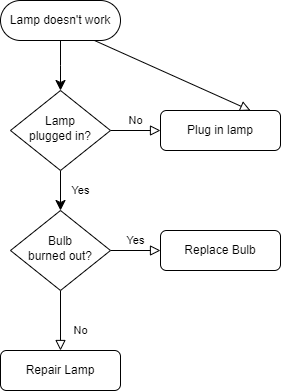
Before: Daily work/2025/picture/drawio-introduction.png, a diagram exported from draw.io (zeff163/stackedit-app-data). Source tidied: cells renumbered, new cells last; positions are measured from the earlier drawing's top-left corner, leaving out a move shared by most shapes. Its diagram source:
```xml
<mxGraphModel math="1">
  <root>
    <mxCell id="0" />
    <mxCell id="1" parent="0" />
    <mxCell id="2" style="rounded=0;html=1;jettySize=auto;fontSize=11;endArrow=classic;endFill=1;endSize=8;strokeWidth=1;shadow=0;labelBackgroundColor=none;edgeStyle=orthogonalEdgeStyle;" parent="1" edge="1" source="3">
      <mxGeometry relative="1" as="geometry">
        <mxPoint x="60" y="90" as="targetPoint" />
      </mxGeometry>
    </mxCell>
    <mxCell id="3" value="Lamp doesn't work" style="rounded=1;whiteSpace=wrap;html=1;fontSize=12;glass=0;strokeWidth=1;shadow=0;direction=east;arcSize=50;" parent="1" vertex="1">
      <mxGeometry width="120" height="40" as="geometry" />
    </mxCell>
    <mxCell id="4" value="Yes" style="rounded=0;html=1;jettySize=auto;fontSize=11;endArrow=classic;endFill=1;endSize=8;strokeWidth=1;shadow=0;labelBackgroundColor=none;edgeStyle=orthogonalEdgeStyle;" parent="1" edge="1" source="6" target="10">
      <mxGeometry y="20" relative="1" as="geometry" />
    </mxCell>
    <mxCell id="5" value="No" style="edgeStyle=orthogonalEdgeStyle;rounded=0;html=1;jettySize=auto;fontSize=11;endArrow=block;endFill=0;endSize=8;strokeWidth=1;shadow=0;labelBackgroundColor=none;" parent="1" edge="1" source="6" target="7">
      <mxGeometry y="10" relative="1" as="geometry" />
    </mxCell>
    <mxCell id="6" value="Lamp&lt;br&gt;plugged in?" style="rhombus;whiteSpace=wrap;html=1;shadow=0;fontFamily=Helvetica;fontSize=12;align=center;strokeWidth=1;spacing=6;spacingTop=-4;" parent="1" vertex="1">
      <mxGeometry x="10" y="90" width="100" height="80" as="geometry" />
    </mxCell>
    <mxCell id="7" value="Plug in lamp" style="rounded=1;whiteSpace=wrap;html=1;fontSize=12;glass=0;strokeWidth=1;shadow=0;" parent="1" vertex="1">
      <mxGeometry x="160" y="110" width="120" height="40" as="geometry" />
    </mxCell>
    <mxCell id="8" value="No" style="rounded=0;html=1;jettySize=auto;fontSize=11;endArrow=block;endFill=0;endSize=8;strokeWidth=1;shadow=0;labelBackgroundColor=none;edgeStyle=orthogonalEdgeStyle;" parent="1" edge="1" source="10" target="11">
      <mxGeometry x="0.33" y="20" relative="1" as="geometry" />
    </mxCell>
    <mxCell id="9" value="Yes" style="edgeStyle=orthogonalEdgeStyle;rounded=0;html=1;jettySize=auto;fontSize=11;endArrow=block;endFill=0;endSize=8;strokeWidth=1;shadow=0;labelBackgroundColor=none;" parent="1" edge="1" source="10" target="12">
      <mxGeometry y="10" relative="1" as="geometry" />
    </mxCell>
    <mxCell id="10" value="Bulb&lt;br&gt;burned out?" style="rhombus;whiteSpace=wrap;html=1;shadow=0;fontFamily=Helvetica;fontSize=12;align=center;strokeWidth=1;spacing=6;spacingTop=-4;" parent="1" vertex="1">
      <mxGeometry x="10" y="210" width="100" height="80" as="geometry" />
    </mxCell>
    <mxCell id="11" value="Repair Lamp" style="rounded=1;whiteSpace=wrap;html=1;fontSize=12;glass=0;strokeWidth=1;shadow=0;" parent="1" vertex="1">
      <mxGeometry y="350" width="120" height="40" as="geometry" />
    </mxCell>
    <mxCell id="12" value="Replace Bulb" style="rounded=1;whiteSpace=wrap;html=1;fontSize=12;glass=0;strokeWidth=1;shadow=0;" parent="1" vertex="1">
      <mxGeometry x="160" y="230" width="120" height="40" as="geometry" />
    </mxCell>
    <mxCell id="13" style="rounded=0;orthogonalLoop=1;jettySize=auto;html=1;exitX=0.75;exitY=1;exitDx=0;exitDy=0;endSize=8;endArrow=block;endFill=0;" parent="1" edge="1">
      <mxGeometry relative="1" as="geometry">
        <mxPoint x="94" y="40" as="sourcePoint" />
        <mxPoint x="250" y="110" as="targetPoint" />
      </mxGeometry>
    </mxCell>
  </root>
</mxGraphModel>
```
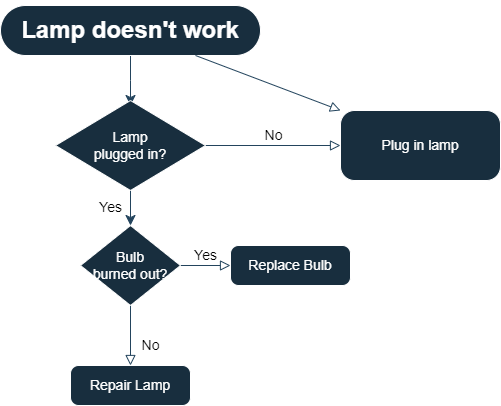
The same file after the commit.

The edit, as a diff of the source:
```diff
@@ -2,46 +2,43 @@
   <root>
     <mxCell id="0" />
     <mxCell id="1" parent="0" />
-    <mxCell id="2" style="rounded=0;html=1;jettySize=auto;fontSize=11;endArrow=classic;endFill=1;endSize=8;strokeWidth=1;shadow=0;labelBackgroundColor=none;edgeStyle=orthogonalEdgeStyle;" parent="1" edge="1" source="3">
+    <mxCell id="2" style="rounded=0;html=1;jettySize=auto;fontSize=11;endArrow=classic;endFill=1;endSize=8;strokeWidth=1;shadow=0;labelBackgroundColor=none;edgeStyle=orthogonalEdgeStyle;strokeColor=#23445D;fontColor=default;" parent="1" edge="1" source="3">
       <mxGeometry relative="1" as="geometry">
         <mxPoint x="60" y="90" as="targetPoint" />
       </mxGeometry>
     </mxCell>
-    <mxCell id="3" value="Lamp doesn't work" style="rounded=1;whiteSpace=wrap;html=1;fontSize=12;glass=0;strokeWidth=1;shadow=0;direction=east;arcSize=50;" parent="1" vertex="1">
-      <mxGeometry width="120" height="40" as="geometry" />
+    <mxCell id="3" value="&lt;h1&gt;Lamp doesn't work&lt;/h1&gt;" style="rounded=1;whiteSpace=wrap;html=1;fontSize=12;glass=0;strokeWidth=1;shadow=0;direction=east;arcSize=50;fillColor=#182E3E;strokeColor=#FFFFFF;fontColor=#FFFFFF;labelBackgroundColor=none;" parent="1" vertex="1">
+      <mxGeometry x="-70" y="-10" width="260" height="50" as="geometry" />
     </mxCell>
-    <mxCell id="4" value="Yes" style="rounded=0;html=1;jettySize=auto;fontSize=11;endArrow=classic;endFill=1;endSize=8;strokeWidth=1;shadow=0;labelBackgroundColor=none;edgeStyle=orthogonalEdgeStyle;" parent="1" edge="1" source="6" target="10">
+    <mxCell id="4" value="Yes" style="rounded=0;html=1;jettySize=auto;fontSize=14;endArrow=classic;endFill=1;endSize=8;strokeWidth=1;shadow=0;labelBackgroundColor=none;edgeStyle=orthogonalEdgeStyle;strokeColor=#23445D;fontColor=default;spacingTop=-1;arcSize=20;" parent="1" edge="1" source="6" target="10">
       <mxGeometry y="20" relative="1" as="geometry" />
     </mxCell>
-    <mxCell id="5" value="No" style="edgeStyle=orthogonalEdgeStyle;rounded=0;html=1;jettySize=auto;fontSize=11;endArrow=block;endFill=0;endSize=8;strokeWidth=1;shadow=0;labelBackgroundColor=none;" parent="1" edge="1" source="6" target="7">
+    <mxCell id="5" value="No" style="edgeStyle=orthogonalEdgeStyle;rounded=0;html=1;jettySize=auto;fontSize=14;endArrow=block;endFill=0;endSize=8;strokeWidth=1;shadow=0;labelBackgroundColor=none;strokeColor=#23445D;fontColor=default;spacingTop=-1;arcSize=20;" parent="1" edge="1" source="6" target="7">
       <mxGeometry y="10" relative="1" as="geometry" />
     </mxCell>
-    <mxCell id="6" value="Lamp&lt;br&gt;plugged in?" style="rhombus;whiteSpace=wrap;html=1;shadow=0;fontFamily=Helvetica;fontSize=12;align=center;strokeWidth=1;spacing=6;spacingTop=-4;" parent="1" vertex="1">
-      <mxGeometry x="10" y="90" width="100" height="80" as="geometry" />
+    <mxCell id="6" value="Lamp&lt;br&gt;plugged in?" style="rhombus;whiteSpace=wrap;html=1;shadow=0;fontFamily=Helvetica;fontSize=14;align=center;strokeWidth=1;spacing=6;spacingTop=-1;labelBackgroundColor=none;fillColor=#182E3E;strokeColor=#FFFFFF;fontColor=#FFFFFF;arcSize=20;" parent="1" vertex="1">
+      <mxGeometry x="-15" y="85" width="150" height="90" as="geometry" />
     </mxCell>
-    <mxCell id="7" value="Plug in lamp" style="rounded=1;whiteSpace=wrap;html=1;fontSize=12;glass=0;strokeWidth=1;shadow=0;" parent="1" vertex="1">
-      <mxGeometry x="160" y="110" width="120" height="40" as="geometry" />
+    <mxCell id="7" value="Plug in lamp" style="rounded=1;whiteSpace=wrap;html=1;fontSize=14;glass=0;strokeWidth=1;shadow=0;labelBackgroundColor=none;fillColor=#182E3E;strokeColor=#FFFFFF;fontColor=#FFFFFF;spacingTop=-1;arcSize=20;" parent="1" vertex="1">
+      <mxGeometry x="270" y="95" width="160" height="70" as="geometry" />
     </mxCell>
-    <mxCell id="8" value="No" style="rounded=0;html=1;jettySize=auto;fontSize=11;endArrow=block;endFill=0;endSize=8;strokeWidth=1;shadow=0;labelBackgroundColor=none;edgeStyle=orthogonalEdgeStyle;" parent="1" edge="1" source="10" target="11">
+    <mxCell id="8" value="No" style="rounded=0;html=1;jettySize=auto;fontSize=14;endArrow=block;endFill=0;endSize=8;strokeWidth=1;shadow=0;labelBackgroundColor=none;edgeStyle=orthogonalEdgeStyle;strokeColor=#23445D;fontColor=default;spacingTop=-1;arcSize=20;" parent="1" edge="1" source="10" target="11">
       <mxGeometry x="0.33" y="20" relative="1" as="geometry" />
     </mxCell>
-    <mxCell id="9" value="Yes" style="edgeStyle=orthogonalEdgeStyle;rounded=0;html=1;jettySize=auto;fontSize=11;endArrow=block;endFill=0;endSize=8;strokeWidth=1;shadow=0;labelBackgroundColor=none;" parent="1" edge="1" source="10" target="12">
+    <mxCell id="9" value="Yes" style="edgeStyle=orthogonalEdgeStyle;rounded=0;html=1;jettySize=auto;fontSize=14;endArrow=block;endFill=0;endSize=8;strokeWidth=1;shadow=0;labelBackgroundColor=none;strokeColor=#23445D;fontColor=default;spacingTop=-1;arcSize=20;" parent="1" edge="1" source="10" target="12">
       <mxGeometry y="10" relative="1" as="geometry" />
     </mxCell>
-    <mxCell id="10" value="Bulb&lt;br&gt;burned out?" style="rhombus;whiteSpace=wrap;html=1;shadow=0;fontFamily=Helvetica;fontSize=12;align=center;strokeWidth=1;spacing=6;spacingTop=-4;" parent="1" vertex="1">
+    <mxCell id="10" value="Bulb&lt;br&gt;burned out?" style="rhombus;whiteSpace=wrap;html=1;shadow=0;fontFamily=Helvetica;fontSize=14;align=center;strokeWidth=1;spacing=6;spacingTop=-1;labelBackgroundColor=none;fillColor=#182E3E;strokeColor=#FFFFFF;fontColor=#FFFFFF;arcSize=20;" parent="1" vertex="1">
       <mxGeometry x="10" y="210" width="100" height="80" as="geometry" />
     </mxCell>
-    <mxCell id="11" value="Repair Lamp" style="rounded=1;whiteSpace=wrap;html=1;fontSize=12;glass=0;strokeWidth=1;shadow=0;" parent="1" vertex="1">
+    <mxCell id="11" value="Repair Lamp" style="rounded=1;whiteSpace=wrap;html=1;fontSize=14;glass=0;strokeWidth=1;shadow=0;labelBackgroundColor=none;fillColor=#182E3E;strokeColor=#FFFFFF;fontColor=#FFFFFF;spacingTop=-1;arcSize=20;" parent="1" vertex="1">
       <mxGeometry y="350" width="120" height="40" as="geometry" />
     </mxCell>
-    <mxCell id="12" value="Replace Bulb" style="rounded=1;whiteSpace=wrap;html=1;fontSize=12;glass=0;strokeWidth=1;shadow=0;" parent="1" vertex="1">
+    <mxCell id="12" value="Replace Bulb" style="rounded=1;whiteSpace=wrap;html=1;fontSize=14;glass=0;strokeWidth=1;shadow=0;labelBackgroundColor=none;fillColor=#182E3E;strokeColor=#FFFFFF;fontColor=#FFFFFF;spacingTop=-1;arcSize=20;" parent="1" vertex="1">
       <mxGeometry x="160" y="230" width="120" height="40" as="geometry" />
     </mxCell>
-    <mxCell id="13" style="rounded=0;orthogonalLoop=1;jettySize=auto;html=1;exitX=0.75;exitY=1;exitDx=0;exitDy=0;endSize=8;endArrow=block;endFill=0;" parent="1" edge="1">
-      <mxGeometry relative="1" as="geometry">
-        <mxPoint x="94" y="40" as="sourcePoint" />
-        <mxPoint x="250" y="110" as="targetPoint" />
-      </mxGeometry>
+    <mxCell id="13" style="rounded=0;jettySize=auto;html=1;exitX=0.75;exitY=1;exitDx=0;exitDy=0;endSize=8;endArrow=block;endFill=0;labelBackgroundColor=none;strokeColor=#23445D;fontColor=default;entryX=0;entryY=0;entryDx=0;entryDy=0;" parent="1" edge="1" source="3" target="7">
+      <mxGeometry relative="1" as="geometry" />
     </mxCell>
   </root>
 </mxGraphModel>
```
